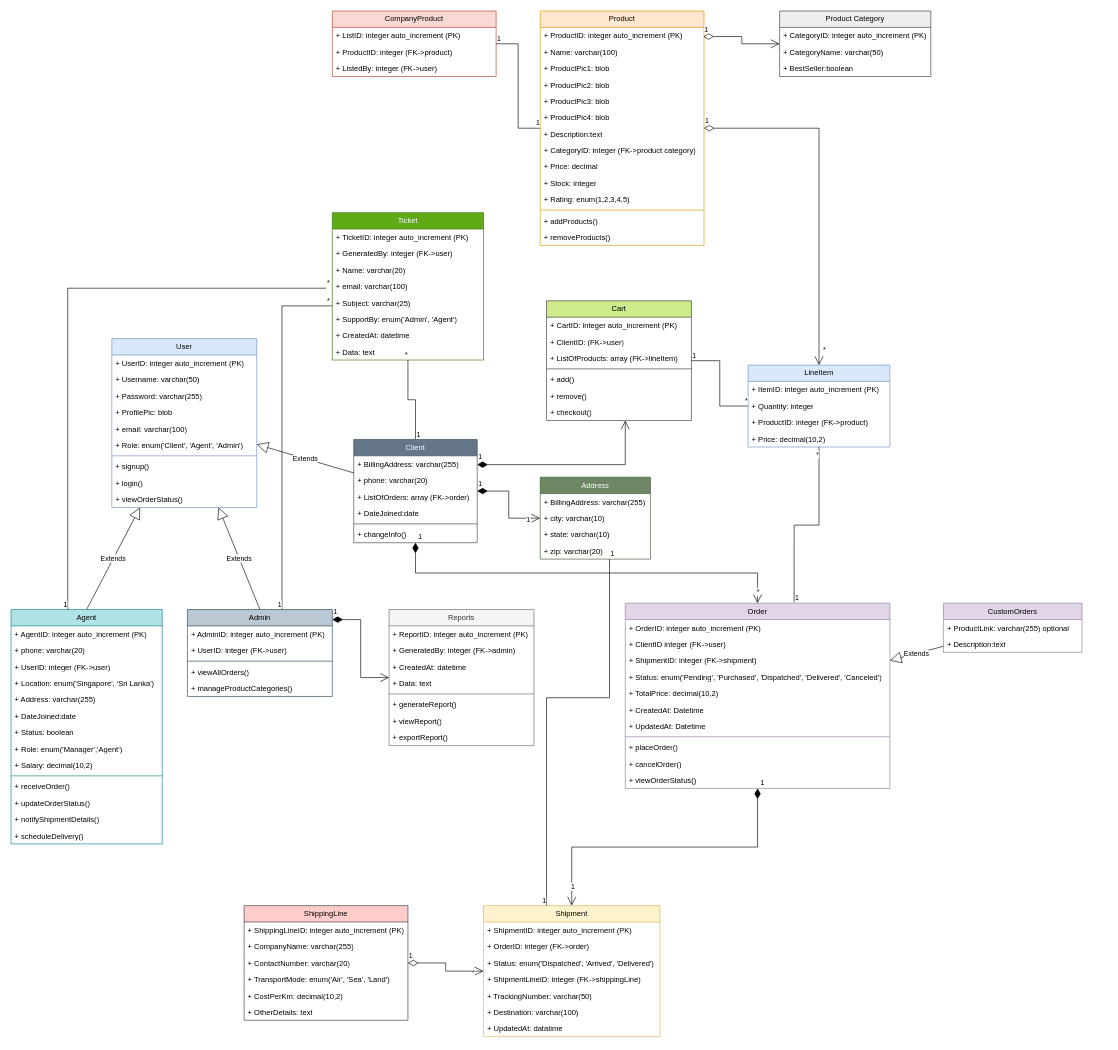
K-M-Shehan/software-design-docs keeps this draw.io diagram as diagrams/UML-class-diagram.drawio. Above is the earlier version. Source tidied: cells renumbered, new cells numbered last; positions are measured from the earlier drawing's top-left corner, leaving out a move shared by most shapes. Both pictures are drawn from the tidied source at 63%, with x=0, y=0 at pixel (11, 11).
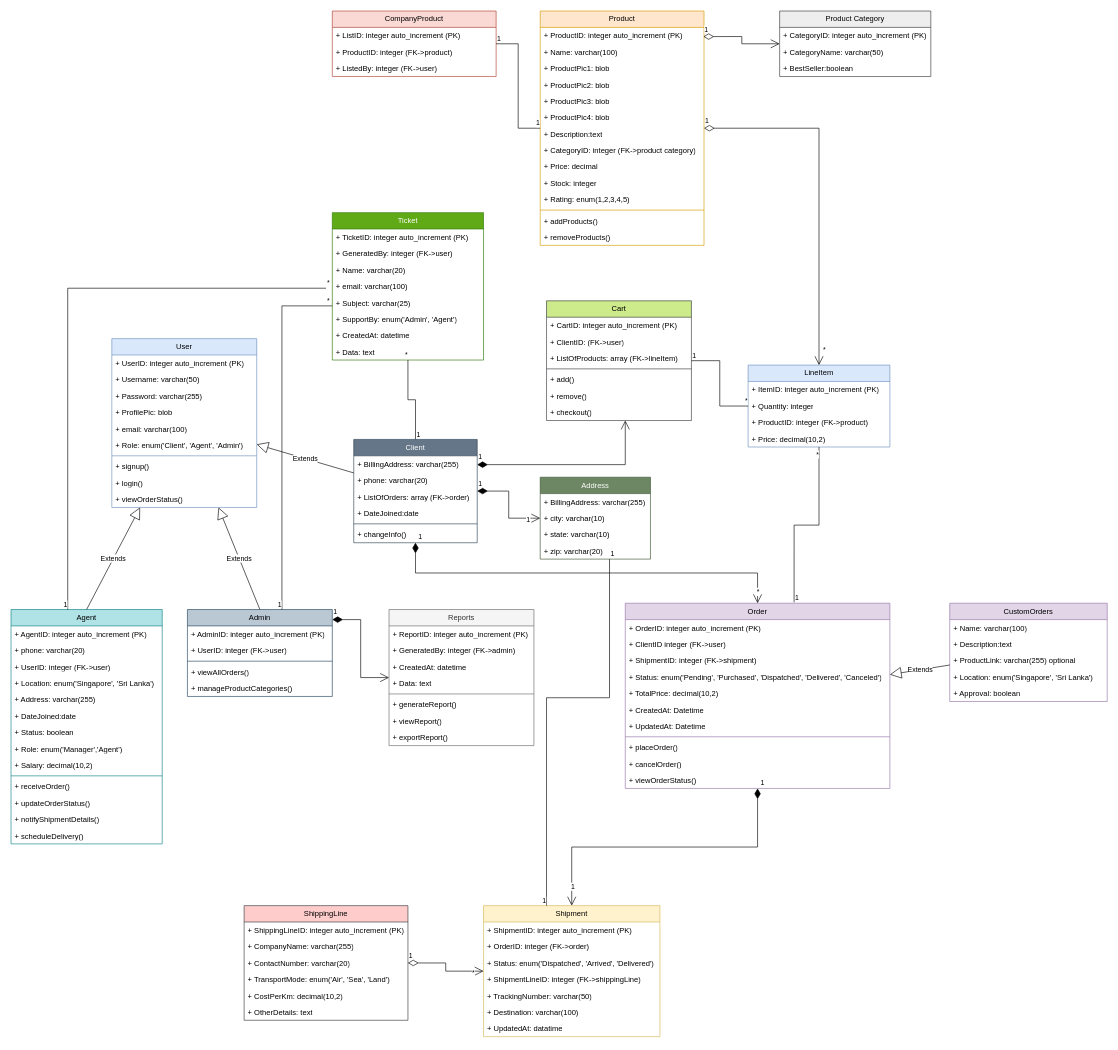
After the change.

Commit message:
updated attributes of customOrders

The edit, as a diff of the source:
```diff
@@
     <mxCell id="164" value="CustomOrders" style="swimlane;fontStyle=0;horizontal=1;startSize=26;fillColor=#e1d5e7;whiteSpace=wrap;html=1;strokeColor=#9673a6;" parent="1" vertex="1">
-      <mxGeometry x="1480" y="940" width="220" height="78" as="geometry" />
+      <mxGeometry x="1490" y="940" width="250" height="156" as="geometry" />
     </mxCell>
+    <mxCell id="168" value="+ Name: varchar(100)" style="text;strokeColor=none;fillColor=none;align=left;verticalAlign=top;spacingLeft=4;spacingRight=4;overflow=hidden;whiteSpace=wrap;html=1;" parent="164" vertex="1">
+      <mxGeometry y="26" width="250" height="26" as="geometry" />
+    </mxCell>
+    <mxCell id="166" value="+ Description:text" style="text;strokeColor=none;fillColor=none;align=left;verticalAlign=top;spacingLeft=4;spacingRight=4;overflow=hidden;whiteSpace=wrap;html=1;" parent="164" vertex="1">
+      <mxGeometry y="52" width="250" height="26" as="geometry" />
+    </mxCell>
     <mxCell id="165" value="+ ProductLink: varchar(255) optional" style="text;strokeColor=none;fillColor=none;align=left;verticalAlign=top;spacingLeft=4;spacingRight=4;overflow=hidden;whiteSpace=wrap;html=1;" parent="164" vertex="1">
-      <mxGeometry y="26" width="220" height="26" as="geometry" />
+      <mxGeometry y="78" width="250" height="26" as="geometry" />
     </mxCell>
-    <mxCell id="166" value="+ Description:text" style="text;strokeColor=none;fillColor=none;align=left;verticalAlign=top;spacingLeft=4;spacingRight=4;overflow=hidden;whiteSpace=wrap;html=1;" parent="164" vertex="1">
-      <mxGeometry y="52" width="220" height="26" as="geometry" />
-    </mxCell>
+    <mxCell id="169" value="+ Location: enum('Singapore', 'Sri Lanka')" style="text;strokeColor=none;fillColor=none;align=left;verticalAlign=top;spacingLeft=4;spacingRight=4;overflow=hidden;whiteSpace=wrap;html=1;" parent="164" vertex="1">
+      <mxGeometry y="104" width="250" height="26" as="geometry" />
+    </mxCell>
+    <mxCell id="170" value="+ Approval: boolean" style="text;strokeColor=none;fillColor=none;align=left;verticalAlign=top;spacingLeft=4;spacingRight=4;overflow=hidden;whiteSpace=wrap;html=1;" parent="164" vertex="1">
+      <mxGeometry y="130" width="250" height="26" as="geometry" />
+    </mxCell>
```
